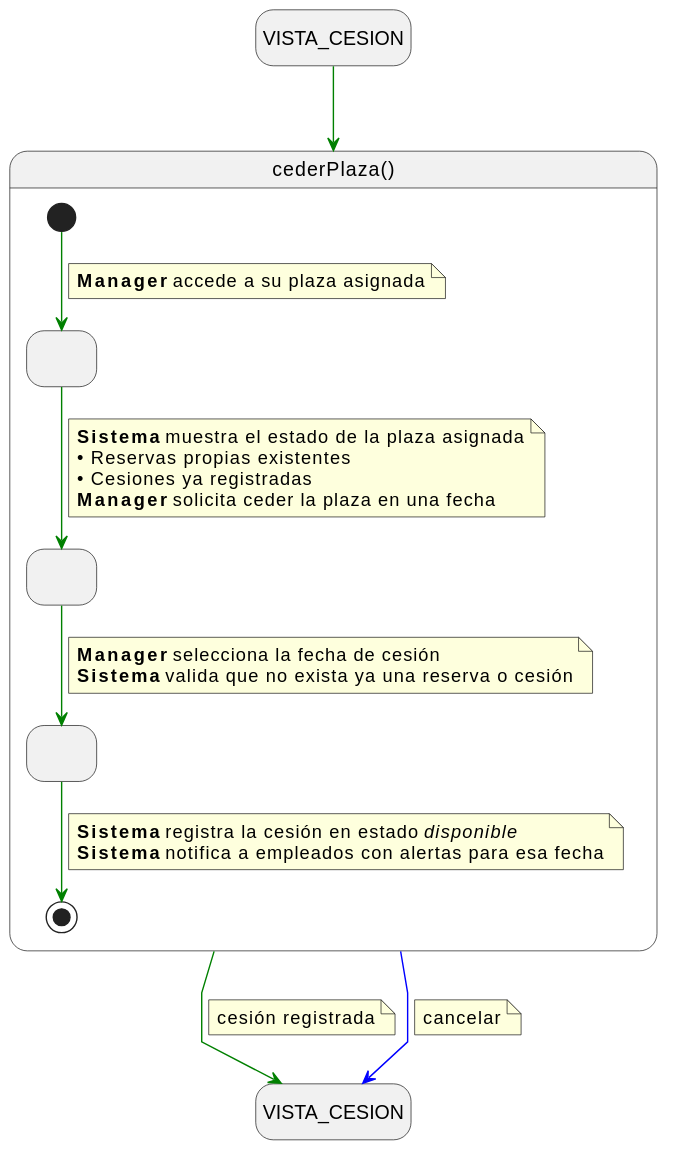
Above: modelosUML/svg/cuCederPlaza.svg in lostal/seven-suite (PlantUML), before the change.
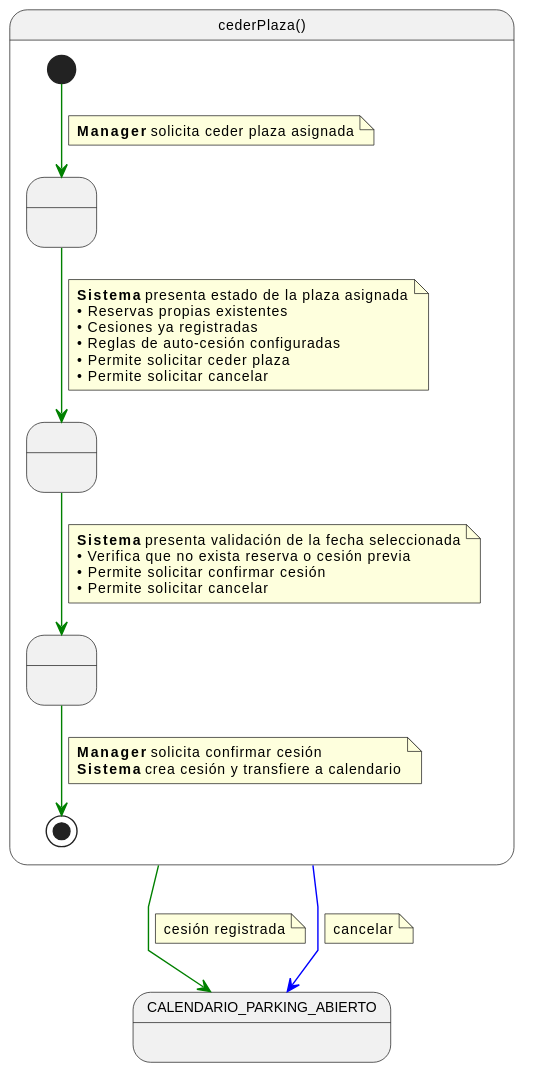
After the commit.

Diff of the diagram source:
```diff
@@ -1,49 +1,49 @@
 @startuml
 skinparam linetype polyline
-hide empty description
-
-state "VISTA_CESION" as VistaCesionInicio
-state "VISTA_CESION" as VistaCesionFin
-
-VistaCesionInicio -[#green]-> cederPlaza
+skinparam defaultFontName Arial
+skinparam defaultFontSize 10
 
 state cederPlaza as "cederPlaza()" {
-  state " " as VisualizandoPlaza
-  state " " as SeleccionandoFecha
+  state " " as SolicitandoCesion
+  state " " as ProporcionandoFecha
   state " " as CesionRegistrada
 
-  [*] -[#green]-> VisualizandoPlaza
+  [*] -[#green]-> SolicitandoCesion
   note on link
-    <b>Manager</b> accede a su plaza asignada
+    <b>Manager</b> solicita ceder plaza asignada
   end note
 
-  VisualizandoPlaza -[#green]-> SeleccionandoFecha
+  SolicitandoCesion -[#green]-> ProporcionandoFecha
   note on link
-    <b>Sistema</b> muestra el estado de la plaza asignada
+    <b>Sistema</b> presenta estado de la plaza asignada
     • Reservas propias existentes
     • Cesiones ya registradas
-    <b>Manager</b> solicita ceder la plaza en una fecha
+    • Reglas de auto-cesión configuradas
+    • Permite solicitar ceder plaza
+    • Permite solicitar cancelar
   end note
 
-  SeleccionandoFecha -[#green]-> CesionRegistrada
+  ProporcionandoFecha -[#green]-> CesionRegistrada
   note on link
-    <b>Manager</b> selecciona la fecha de cesión
-    <b>Sistema</b> valida que no exista ya una reserva o cesión
+    <b>Sistema</b> presenta validación de la fecha seleccionada
+    • Verifica que no exista reserva o cesión previa
+    • Permite solicitar confirmar cesión
+    • Permite solicitar cancelar
   end note
 
   CesionRegistrada -[#green]-> [*]
   note on link
-    <b>Sistema</b> registra la cesión en estado //disponible//
-    <b>Sistema</b> notifica a empleados con alertas para esa fecha
+    <b>Manager</b> solicita confirmar cesión
+    <b>Sistema</b> crea cesión y transfiere a calendario
   end note
 }
 
-cederPlaza -[#green]-> VistaCesionFin
+cederPlaza -[#green]-> CALENDARIO_PARKING_ABIERTO
 note on link
   cesión registrada
 end note
 
-cederPlaza -[#blue]-> VistaCesionFin
+cederPlaza -[#blue]-> CALENDARIO_PARKING_ABIERTO
 note on link
   cancelar
 end note
```
